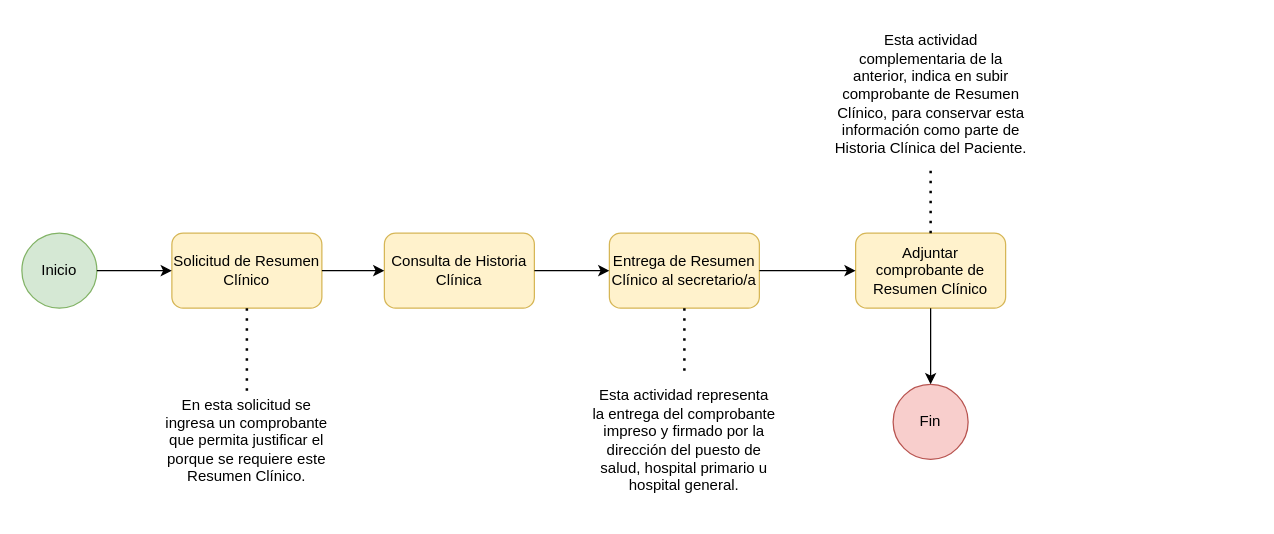
The draw.io diagram page "Diagrama de Solicitud Resumen Clinico" (3 of 3) of Diagramas de Flujo de Proceso.drawio in marguello86/Equipo1_MINSA, before the edit. Source tidied: cells renumbered, new cells numbered last; positions are measured from the earlier drawing's top-left corner, leaving out a move shared by most shapes. Both pictures are drawn from the tidied source at 125%, with x=0, y=0 at pixel (21, 21).
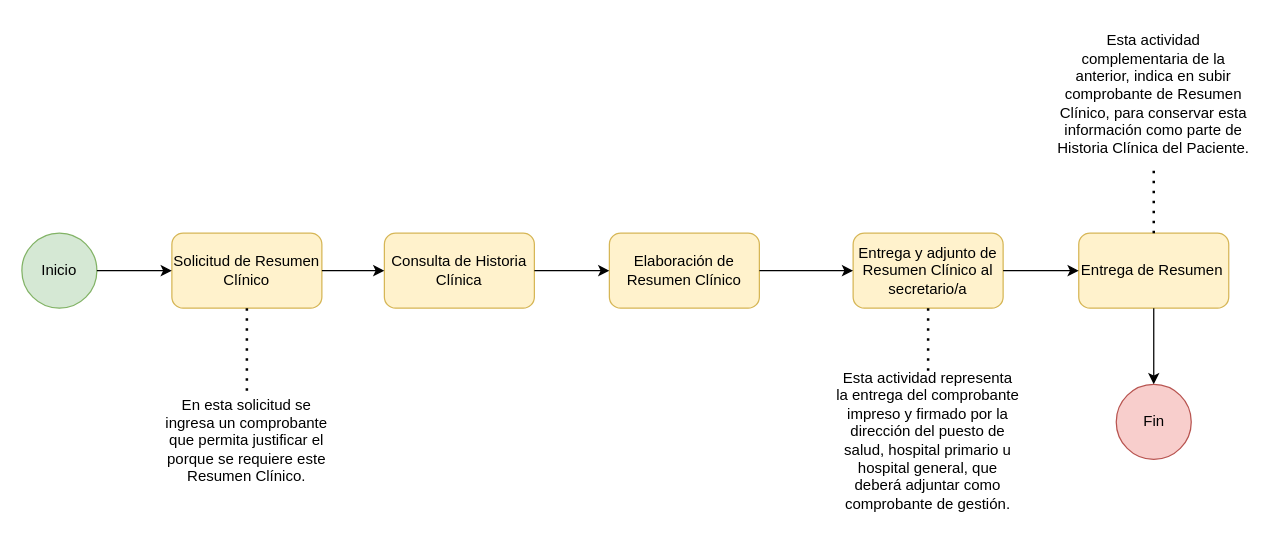
Above is the later version.

The change refers to these unchanged cells:
```xml
<mxCell id="5" value="Consulta de Historia Clínica" style="rounded=1;whiteSpace=wrap;html=1;fillColor=#fff2cc;strokeColor=#d6b656;" parent="1" vertex="1">
  <mxGeometry x="290" y="169" width="120" height="60" as="geometry" />
</mxCell>
```

Diff of the diagram source:
```diff
@@
-    <mxCell id="7" value="Entrega de Resumen Clínico al secretario/a" style="rounded=1;whiteSpace=wrap;html=1;fillColor=#fff2cc;strokeColor=#d6b656;" parent="1" vertex="1">
-      <mxGeometry x="470" y="169" width="120" height="60" as="geometry" />
+    <mxCell id="7" value="Entrega y adjunto de Resumen Clínico al secretario/a" style="rounded=1;whiteSpace=wrap;html=1;fillColor=#fff2cc;strokeColor=#d6b656;" parent="1" vertex="1">
+      <mxGeometry x="665" y="169" width="120" height="60" as="geometry" />
     </mxCell>
-    <mxCell id="8" style="endArrow=classic;html=1;rounded=0;exitX=1;exitY=0.5;exitDx=0;exitDy=0;" parent="1" edge="1" source="5" target="7">
-      <mxGeometry relative="1" as="geometry" />
-    </mxCell>
@@
-    <mxCell id="11" value="Esta actividad representa la entrega del comprobante impreso y firmado por la dirección del puesto de salud, hospital primario u hospital general." style="text;html=1;strokeColor=none;fillColor=none;align=center;verticalAlign=middle;whiteSpace=wrap;rounded=0;" parent="1" vertex="1">
-      <mxGeometry x="455" y="280" width="150" height="110" as="geometry" />
+    <mxCell id="11" value="Esta actividad representa la entrega del comprobante impreso y firmado por la dirección del puesto de salud, hospital primario u hospital general, que deberá adjuntar como comprobante de gestión." style="text;html=1;strokeColor=none;fillColor=none;align=center;verticalAlign=middle;whiteSpace=wrap;rounded=0;" parent="1" vertex="1">
+      <mxGeometry x="650" y="280" width="150" height="110" as="geometry" />
     </mxCell>
@@
-    <mxCell id="13" value="Adjuntar comprobante de Resumen Clínico" style="rounded=1;whiteSpace=wrap;html=1;fillColor=#fff2cc;strokeColor=#d6b656;" parent="1" vertex="1">
-      <mxGeometry x="667" y="169" width="120" height="60" as="geometry" />
+    <mxCell id="13" value="Entrega de Resumen&amp;nbsp;" style="rounded=1;whiteSpace=wrap;html=1;fillColor=#fff2cc;strokeColor=#d6b656;" parent="1" vertex="1">
+      <mxGeometry x="845.5" y="169" width="120" height="60" as="geometry" />
     </mxCell>
@@
     <mxCell id="15" value="Esta actividad complementaria de la anterior, indica en subir comprobante de Resumen Clínico, para conservar esta información como parte de Historia Clínica del Paciente." style="text;html=1;strokeColor=none;fillColor=none;align=center;verticalAlign=middle;whiteSpace=wrap;rounded=0;" parent="1" vertex="1">
-      <mxGeometry x="648.5" width="157" height="115" as="geometry" />
+      <mxGeometry x="827" width="157" height="115" as="geometry" />
     </mxCell>
@@
     <mxCell id="17" value="Fin" style="ellipse;whiteSpace=wrap;html=1;fillColor=#f8cecc;strokeColor=#b85450;" parent="1" vertex="1">
-      <mxGeometry x="697" y="290" width="60" height="60" as="geometry" />
+      <mxGeometry x="875.5" y="290" width="60" height="60" as="geometry" />
     </mxCell>
@@
+    <mxCell id="19" value="Elaboración de Resumen Clínico" style="rounded=1;whiteSpace=wrap;html=1;fillColor=#fff2cc;strokeColor=#d6b656;" parent="1" vertex="1">
+      <mxGeometry x="470" y="169" width="120" height="60" as="geometry" />
+    </mxCell>
+    <mxCell id="20" style="endArrow=classic;html=1;rounded=0;exitX=1;exitY=0.5;exitDx=0;exitDy=0;" parent="1" edge="1" source="5" target="19">
+      <mxGeometry relative="1" as="geometry" />
+    </mxCell>
+    <mxCell id="21" style="endArrow=classic;html=1;rounded=0;exitX=1;exitY=0.5;exitDx=0;exitDy=0;entryX=0;entryY=0.5;entryDx=0;entryDy=0;" parent="1" edge="1" source="19" target="7">
+      <mxGeometry relative="1" as="geometry" />
+    </mxCell>
```
